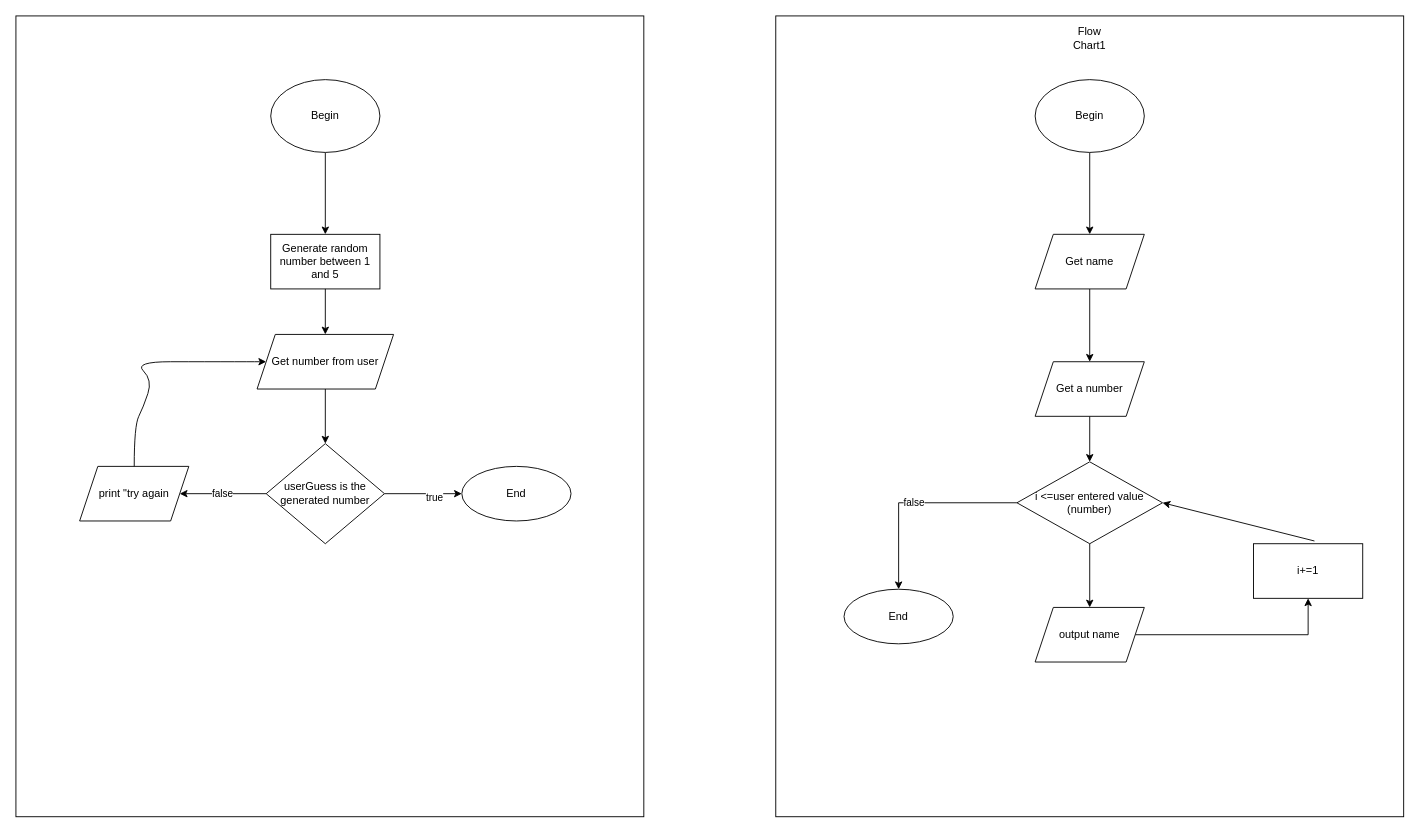
mh-anwar/ICS3U1 keeps this draw.io diagram as assignmentThirteenAnwar/Untitled Diagram.drawio. Above is the earlier version. Source tidied: cells renumbered, new cells numbered last; positions are measured from the earlier drawing's top-left corner, leaving out a move shared by most shapes. Both pictures are drawn from the tidied source at 91%, with x=0, y=0 at pixel (15, 15).
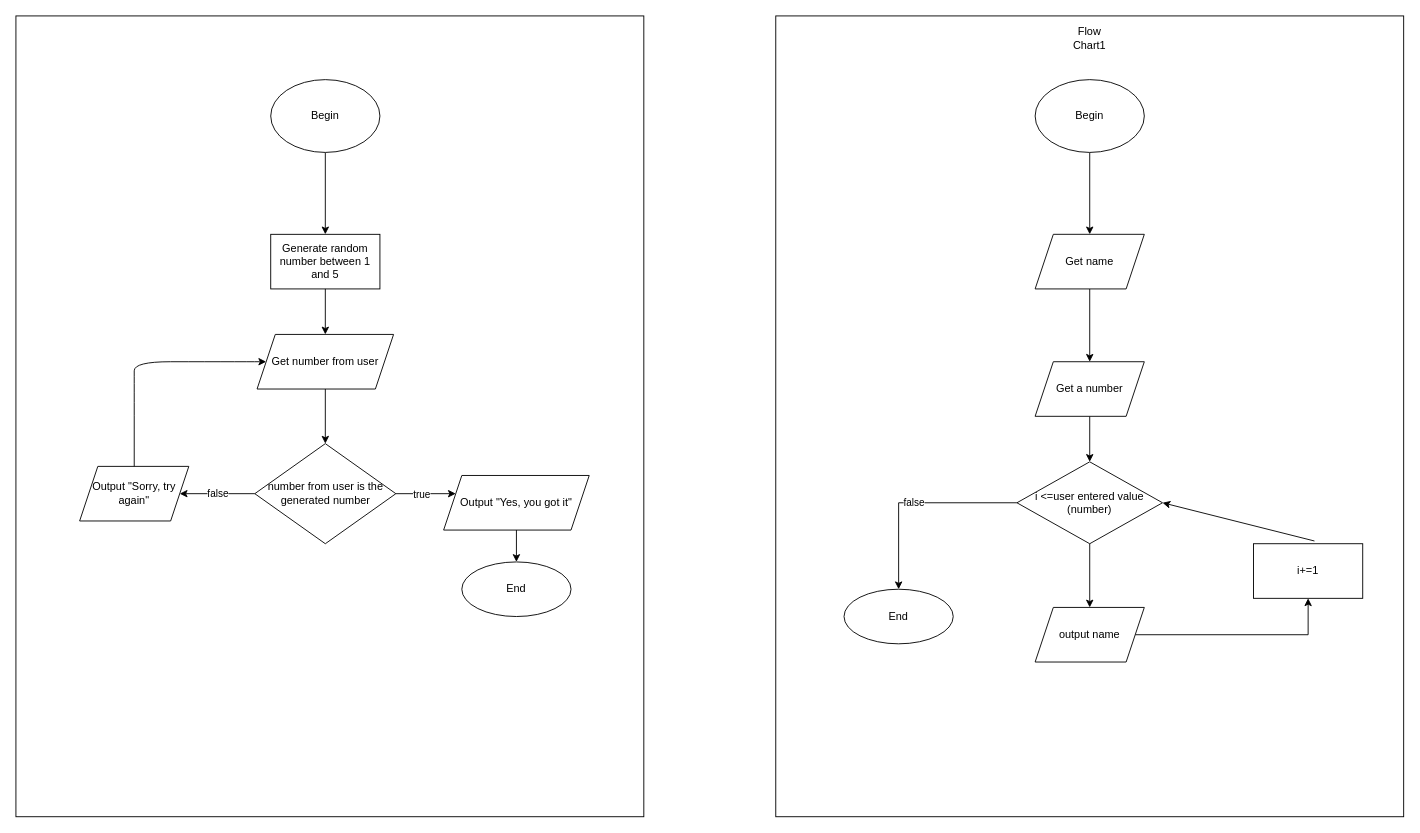
Above is the later version.

Unchanged cells that the change refers to:
```xml
<mxCell id="23" value="Get number from user" style="shape=parallelogram;perimeter=parallelogramPerimeter;whiteSpace=wrap;html=1;fixedSize=1;" parent="1" vertex="1">
  <mxGeometry x="265" y="350" width="150" height="60" as="geometry" />
</mxCell>
```

Diff of the diagram source:
```diff
@@
-    <mxCell id="25" style="edgeStyle=orthogonalEdgeStyle;rounded=0;jettySize=auto;html=1;" parent="1" edge="1" source="28" target="29">
-      <mxGeometry relative="1" as="geometry" />
+    <mxCell id="25" style="edgeStyle=orthogonalEdgeStyle;rounded=0;jettySize=auto;html=1;" parent="1" edge="1" source="28" target="32">
+      <mxGeometry relative="1" as="geometry">
+        <Array as="points">
+          <mxPoint x="520" y="525" />
+        </Array>
+      </mxGeometry>
     </mxCell>
     <mxCell id="26" value="true" style="edgeLabel;html=1;align=center;verticalAlign=middle;" parent="25" vertex="1">
-      <mxGeometry x="0.28" y="-3" relative="1" as="geometry" />
+      <mxGeometry x="0.28" y="-3" relative="1" as="geometry">
+        <mxPoint x="-14" y="-3" as="offset" />
+      </mxGeometry>
     </mxCell>
@@
-    <mxCell id="28" value="userGuess is the generated number" style="rhombus;whiteSpace=wrap;html=1;" parent="1" vertex="1">
-      <mxGeometry x="275" y="470" width="130" height="110" as="geometry" />
+    <mxCell id="28" value="number from user is the generated number" style="rhombus;whiteSpace=wrap;html=1;" parent="1" vertex="1">
+      <mxGeometry x="262.5" y="470" width="155" height="110" as="geometry" />
     </mxCell>
-    <mxCell id="29" value="End" style="ellipse;whiteSpace=wrap;html=1;" parent="1" vertex="1">
-      <mxGeometry x="490" y="495" width="120" height="60" as="geometry" />
-    </mxCell>
-    <mxCell id="30" value="print &quot;try again" style="shape=parallelogram;perimeter=parallelogramPerimeter;whiteSpace=wrap;html=1;fixedSize=1;" parent="1" vertex="1">
+    <mxCell id="30" value="Output &quot;Sorry, try again&quot;" style="shape=parallelogram;perimeter=parallelogramPerimeter;whiteSpace=wrap;html=1;fixedSize=1;" parent="1" vertex="1">
       <mxGeometry x="70" y="495" width="120" height="60" as="geometry" />
     </mxCell>
     <mxCell id="31" style="curved=1;endArrow=classic;html=1;rounded=0;exitX=0.5;exitY=0;exitDx=0;exitDy=0;" parent="1" edge="1" source="30" target="23">
       <mxGeometry relative="1" as="geometry">
         <Array as="points">
           <mxPoint x="130" y="450" />
-          <mxPoint x="140" y="430" />
-          <mxPoint x="150" y="400" />
+          <mxPoint x="130" y="400" />
           <mxPoint x="130" y="380" />
           <mxPoint x="210" y="380" />
           <mxPoint x="270" y="380" />
         </Array>
       </mxGeometry>
     </mxCell>
+    <mxCell id="32" value="Output &quot;Yes, you got it&quot;" style="shape=parallelogram;perimeter=parallelogramPerimeter;whiteSpace=wrap;html=1;fixedSize=1;" parent="1" vertex="1">
+      <mxGeometry x="470" y="505" width="160" height="60" as="geometry" />
+    </mxCell>
+    <mxCell id="29" value="End" style="ellipse;whiteSpace=wrap;html=1;" parent="1" vertex="1">
+      <mxGeometry x="490" y="600" width="120" height="60" as="geometry" />
+    </mxCell>
+    <mxCell id="33" style="endArrow=classic;html=1;rounded=0;exitX=0.5;exitY=1;exitDx=0;exitDy=0;entryX=0.5;entryY=0;entryDx=0;entryDy=0;" parent="1" edge="1" source="32" target="29">
+      <mxGeometry relative="1" as="geometry" />
+    </mxCell>
```
